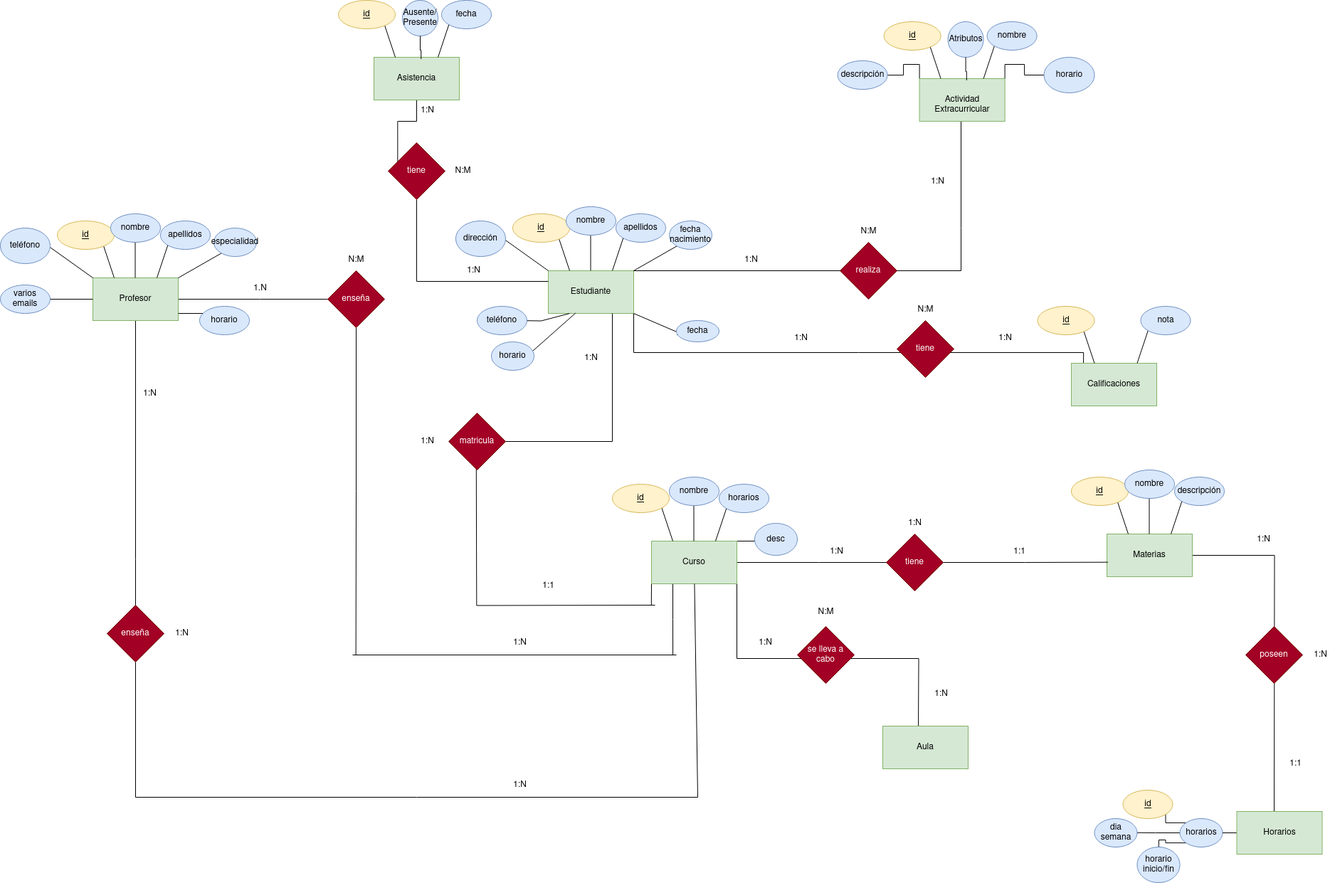
Above: Unidad-1/Tareas/Tarea-Evaluable/Tarea-Evaluable-1.drawio.png in jpprguezz/BAE (draw.io), before the change. Source tidied: cells renumbered, new cells last; positions are measured from the earlier drawing's top-left corner, leaving out a move shared by most shapes.
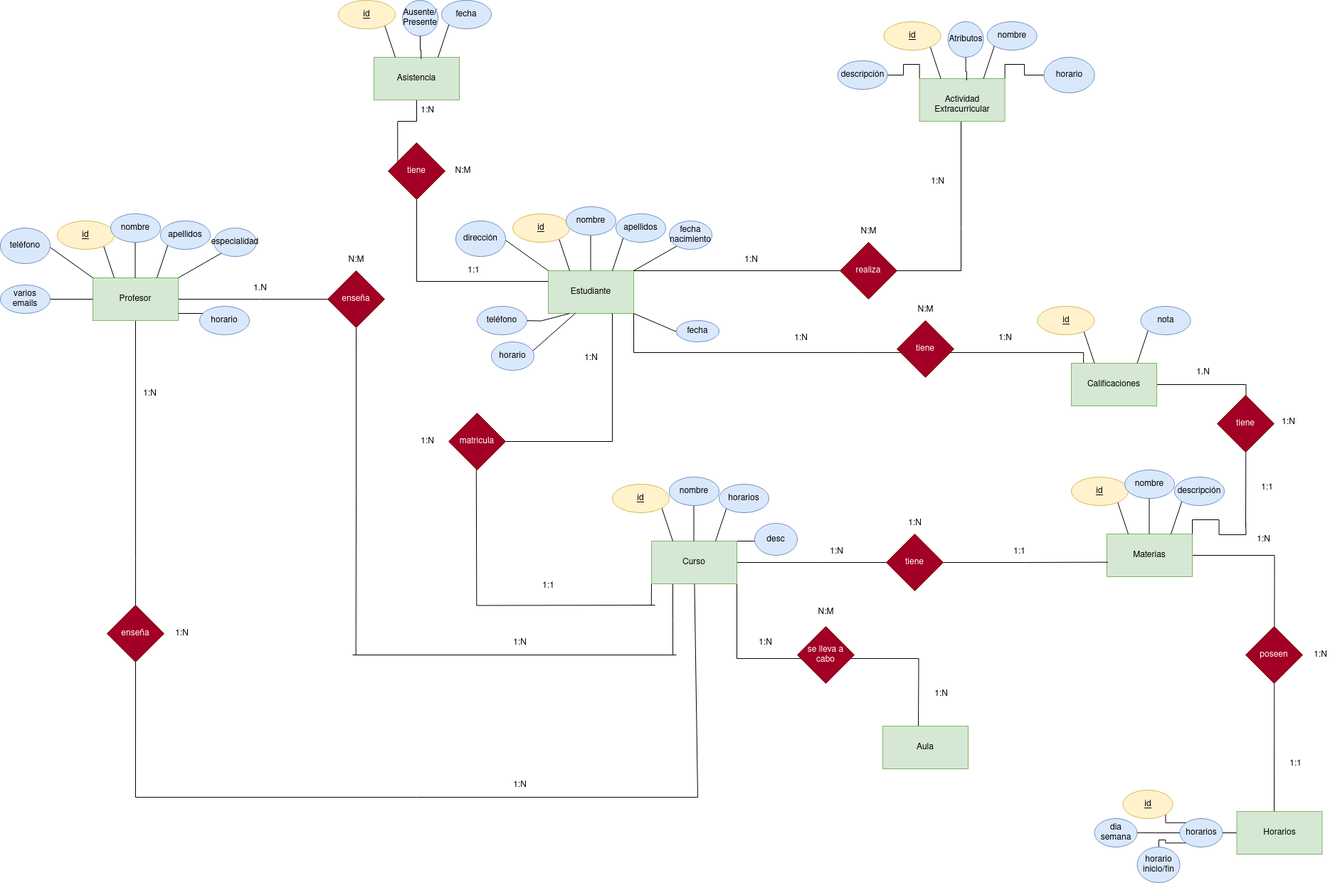
After the change.

The edit, as a diff of the source:
```diff
@@ -170,6 +170,11 @@
     <mxCell id="39" value="enseña" style="rhombus;whiteSpace=wrap;html=1;fillColor=#a20025;fontColor=#ffffff;strokeColor=#6F0000;" parent="1" vertex="1">
       <mxGeometry x="460" y="380" width="80" height="80" as="geometry" />
     </mxCell>
+    <mxCell id="140" style="edgeStyle=orthogonalEdgeStyle;rounded=0;jettySize=auto;html=1;exitX=1;exitY=0.5;exitDx=0;exitDy=0;endArrow=none;endFill=0;" parent="1" edge="1" source="40">
+      <mxGeometry relative="1" as="geometry">
+        <mxPoint x="1750" y="740" as="targetPoint" />
+      </mxGeometry>
+    </mxCell>
     <mxCell id="40" value="Calificaciones" style="rounded=0;whiteSpace=wrap;html=1;fillColor=#d5e8d4;strokeColor=#82b366;" parent="1" vertex="1">
       <mxGeometry x="1505" y="510" width="120" height="60" as="geometry" />
     </mxCell>
@@ -178,6 +183,11 @@
         <mxPoint x="1790" y="1150" as="targetPoint" />
       </mxGeometry>
     </mxCell>
+    <mxCell id="141" style="edgeStyle=orthogonalEdgeStyle;rounded=0;jettySize=auto;html=1;exitX=1;exitY=0;exitDx=0;exitDy=0;endArrow=none;endFill=0;" parent="1" edge="1" source="42">
+      <mxGeometry relative="1" as="geometry">
+        <mxPoint x="1750" y="730" as="targetPoint" />
+      </mxGeometry>
+    </mxCell>
     <mxCell id="42" value="Materias" style="rounded=0;whiteSpace=wrap;html=1;fillColor=#d5e8d4;strokeColor=#82b366;" parent="1" vertex="1">
       <mxGeometry x="1555" y="750" width="120" height="60" as="geometry" />
     </mxCell>
@@ -477,7 +487,7 @@
     <mxCell id="117" value="1:N" style="text;html=1;align=center;verticalAlign=middle;strokeColor=none;fillColor=none;" parent="1" vertex="1">
       <mxGeometry x="1391.6" y="460" width="40" height="30" as="geometry" />
     </mxCell>
-    <mxCell id="118" value="1:N" style="text;html=1;align=center;verticalAlign=middle;strokeColor=none;fillColor=none;" parent="1" vertex="1">
+    <mxCell id="118" value="1:1" style="text;html=1;align=center;verticalAlign=middle;strokeColor=none;fillColor=none;" parent="1" vertex="1">
       <mxGeometry x="645" y="365" width="40" height="30" as="geometry" />
     </mxCell>
     <mxCell id="119" value="N:M" style="text;html=1;align=center;verticalAlign=middle;strokeColor=none;fillColor=none;" parent="1" vertex="1">
@@ -546,5 +556,17 @@
     <mxCell id="139" value="1:N" style="text;html=1;align=center;verticalAlign=middle;strokeColor=none;fillColor=none;" parent="1" vertex="1">
       <mxGeometry x="580" y="605" width="40" height="30" as="geometry" />
     </mxCell>
+    <mxCell id="142" value="tiene" style="rhombus;whiteSpace=wrap;html=1;fillColor=#a20025;fontColor=#ffffff;strokeColor=#6F0000;" parent="1" vertex="1">
+      <mxGeometry x="1710" y="555" width="80" height="80" as="geometry" />
+    </mxCell>
+    <mxCell id="143" value="1.N" style="text;html=1;align=center;verticalAlign=middle;strokeColor=none;fillColor=none;" parent="1" vertex="1">
+      <mxGeometry x="1670" y="508" width="40" height="30" as="geometry" />
+    </mxCell>
+    <mxCell id="144" value="1:N" style="text;html=1;align=center;verticalAlign=middle;strokeColor=none;fillColor=none;" parent="1" vertex="1">
+      <mxGeometry x="1790" y="578" width="40" height="30" as="geometry" />
+    </mxCell>
+    <mxCell id="145" value="1:1" style="text;html=1;align=center;verticalAlign=middle;strokeColor=none;fillColor=none;" parent="1" vertex="1">
+      <mxGeometry x="1760" y="670" width="40" height="30" as="geometry" />
+    </mxCell>
   </root>
 </mxGraphModel>
```
